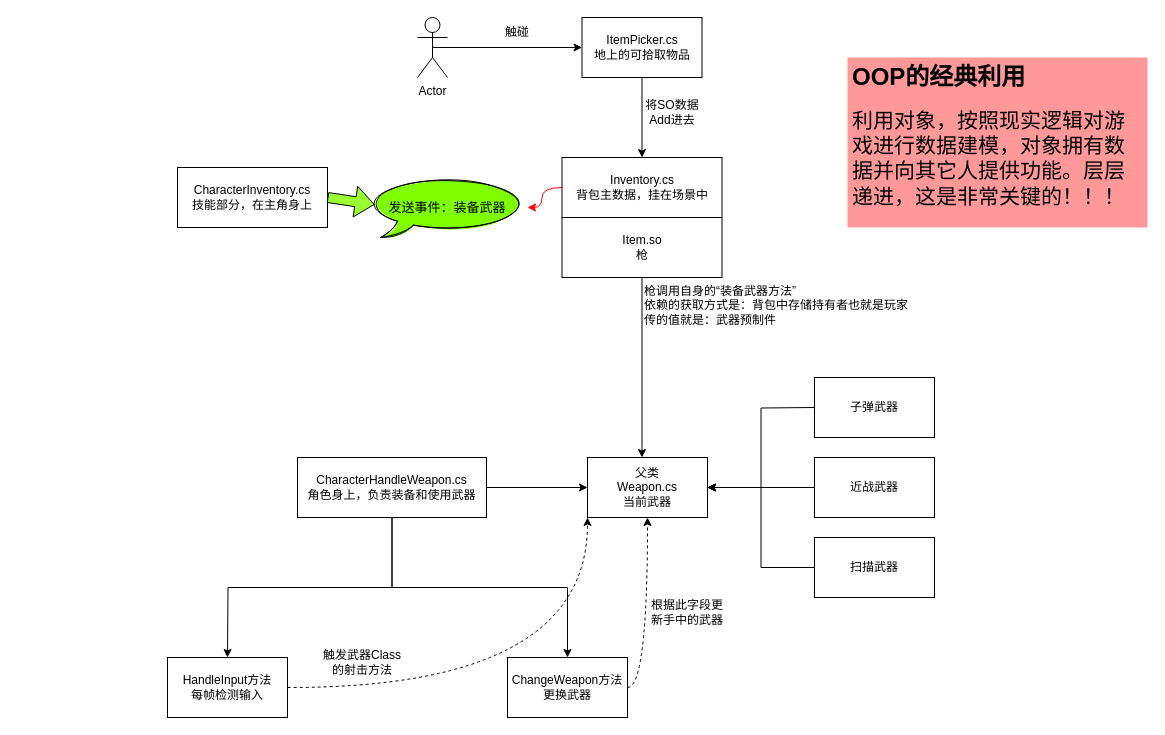
Earlier version of the draw.io diagram page "武器系统" (5 of 7) of StartFramework.drawio (sass00n1/StartFramework). Source tidied: cells renumbered, new cells numbered last; positions are measured from the earlier drawing's top-left corner, leaving out a move shared by most shapes. Both pictures are drawn from the tidied source at 100%, with x=0, y=0 at pixel (167, 17).
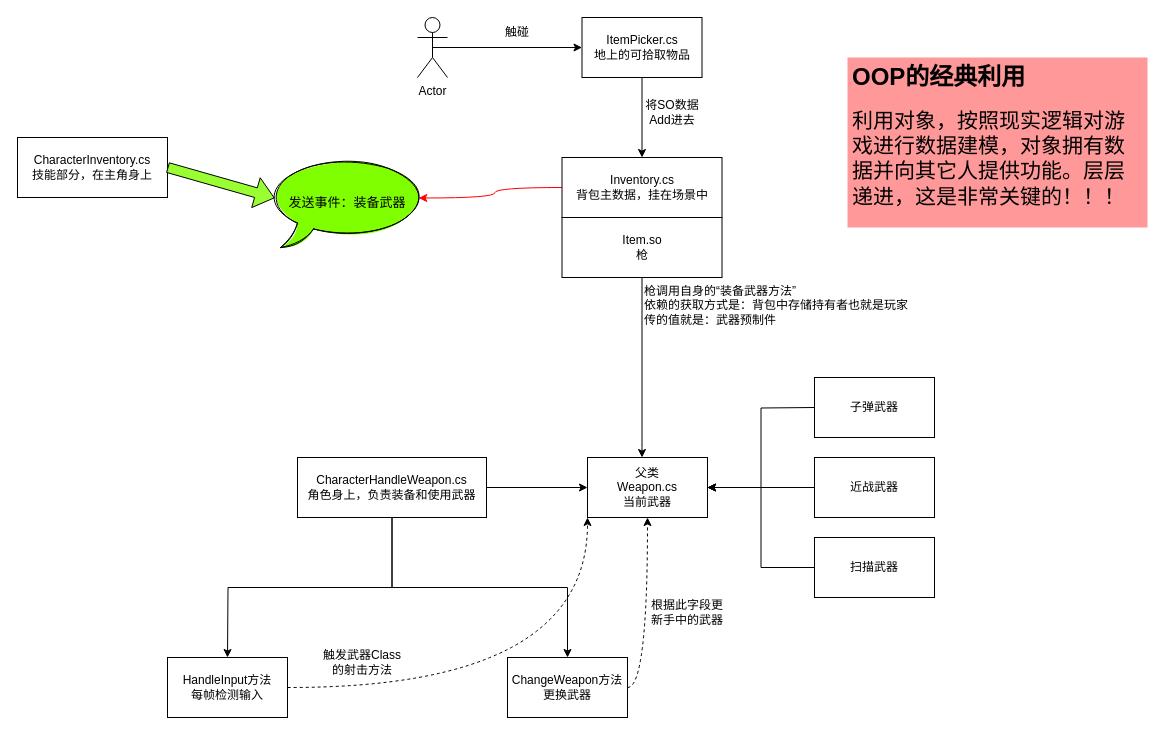
The same diagram, later.

The change refers to these unchanged cells:
```xml
<mxCell id="24" value="&lt;div&gt;Inventory.cs&lt;/div&gt;&lt;div&gt;背包主数据，挂在场景中&lt;br&gt;&lt;/div&gt;" style="rounded=0;whiteSpace=wrap;html=1;fontColor=#000000;fillColor=#FFFFFF;" parent="1" vertex="1">
  <mxGeometry x="394.5" y="140" width="160" height="60" as="geometry" />
</mxCell>
```

The edit, as a diff of the source:
```diff
@@
-    <mxCell id="23" style="edgeStyle=orthogonalEdgeStyle;jettySize=auto;html=1;exitX=0;exitY=0.5;exitDx=0;exitDy=0;fontColor=#000000;fillColor=#99FF33;curved=1;strokeColor=#FF0000;labelBorderColor=default;" parent="1" edge="1" source="24" target="29">
+    <mxCell id="23" style="edgeStyle=orthogonalEdgeStyle;jettySize=auto;html=1;exitX=0;exitY=0.5;exitDx=0;exitDy=0;entryX=0.945;entryY=0.45;entryDx=0;entryDy=0;entryPerimeter=0;curved=1;strokeColor=#FF0000;" parent="1" edge="1" source="24" target="29">
       <mxGeometry relative="1" as="geometry" />
     </mxCell>
@@
     <mxCell id="27" value="&lt;div&gt;CharacterInventory.cs&lt;/div&gt;&lt;div&gt;技能部分，在主角身上&lt;br&gt;&lt;/div&gt;" style="rounded=0;whiteSpace=wrap;html=1;fontColor=#000000;fillColor=#FFFFFF;" parent="1" vertex="1">
-      <mxGeometry x="10" y="150" width="150" height="60" as="geometry" />
+      <mxGeometry x="-150" y="120" width="150" height="60" as="geometry" />
     </mxCell>
@@
     <mxCell id="29" value="发送事件：装备武器" style="whiteSpace=wrap;html=1;shape=mxgraph.basic.oval_callout;rounded=0;shadow=0;glass=0;sketch=1;fontSize=13;fontColor=#000000;strokeColor=#000000;fillColor=#80FF00;fillStyle=solid;" parent="1" vertex="1">
-      <mxGeometry x="200" y="160" width="160" height="60" as="geometry" />
+      <mxGeometry x="100" y="140" width="160" height="90" as="geometry" />
     </mxCell>
```
